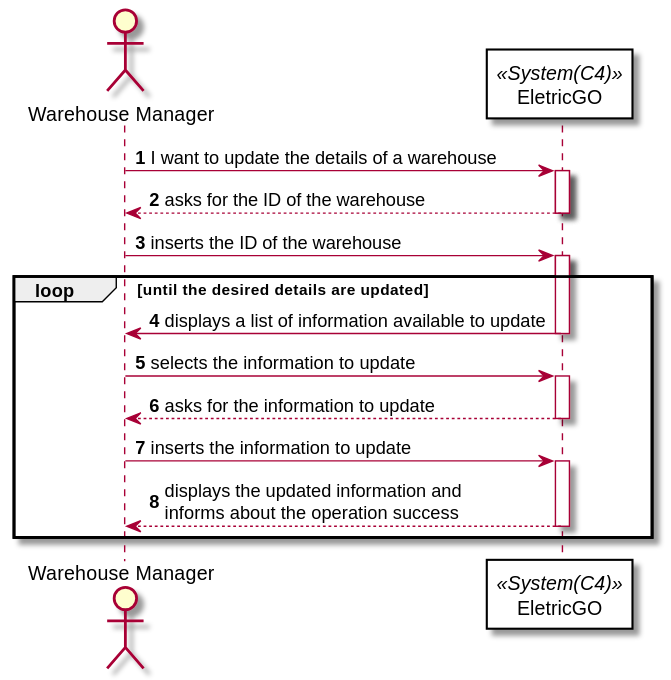
This is Documents/1200720/US3111a/SSD_US3111a_Update.svg from 0franciscor/dei_3dj_057, a PlantUML export, as it was before one commit.
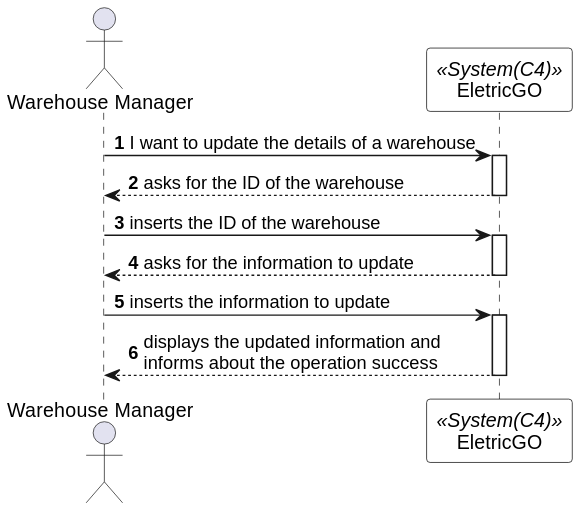
Above is the later version.

What changed in the source:
```diff
@@ -19,14 +19,6 @@
 admin -> system: inserts the ID of the warehouse
 activate system
 
-loop until the desired details are updated
-
-system -_> admin: displays a list of information available to update
-deactivate system
-
-admin -> system: selects the information to update
-activate system
-
 system --> admin: asks for the information to update
 deactivate system
 
@@ -36,7 +28,6 @@
 system --> admin: displays the updated information and \ninforms about the operation success
 deactivate system
 
-end loop
 
 deactivate system
 deactivate admin
```
